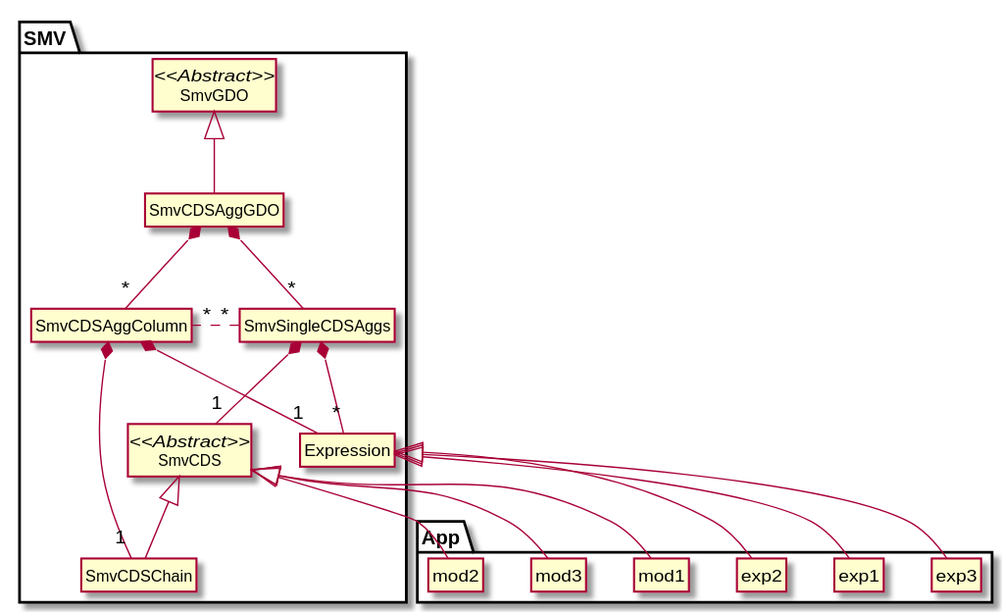
Earlier version of the PlantUML export docs/design/smvCDS.svg (TresAmigosSD/SMV). Its source is kept beside it as docs/design/smvCDS.puml. Source of this version:
```plantuml
@startuml
hide empty methods
hide empty fields
hide circle



package SMV {
  class SmvCDS <<Abstract>> {
    createInGroupMapping(*)
    from(that: SmvCDS): SmvCDS
  }

  class SmvCDSCombined extends SmvCDS
  class NoOpCDS extends SmvCDS

  SmvCDSCombined *-- "2" SmvCDS

  class SmvCDSAggColumn{
    aggExpr: Expression
    cds: SmvCDS
    from(otherCds): SmvCDSAggColumn
    as(name): SmvCDSAggColumn
    isAgg(): Boolean
  }

  SmvCDSAggColumn *-- "1" Expression
  SmvCDSAggColumn *-- "1" SmvCDS

}

package ClientApp {
  class cds1 extends SmvCDS
  class cds2 extends SmvCDS
}

@enduml
```
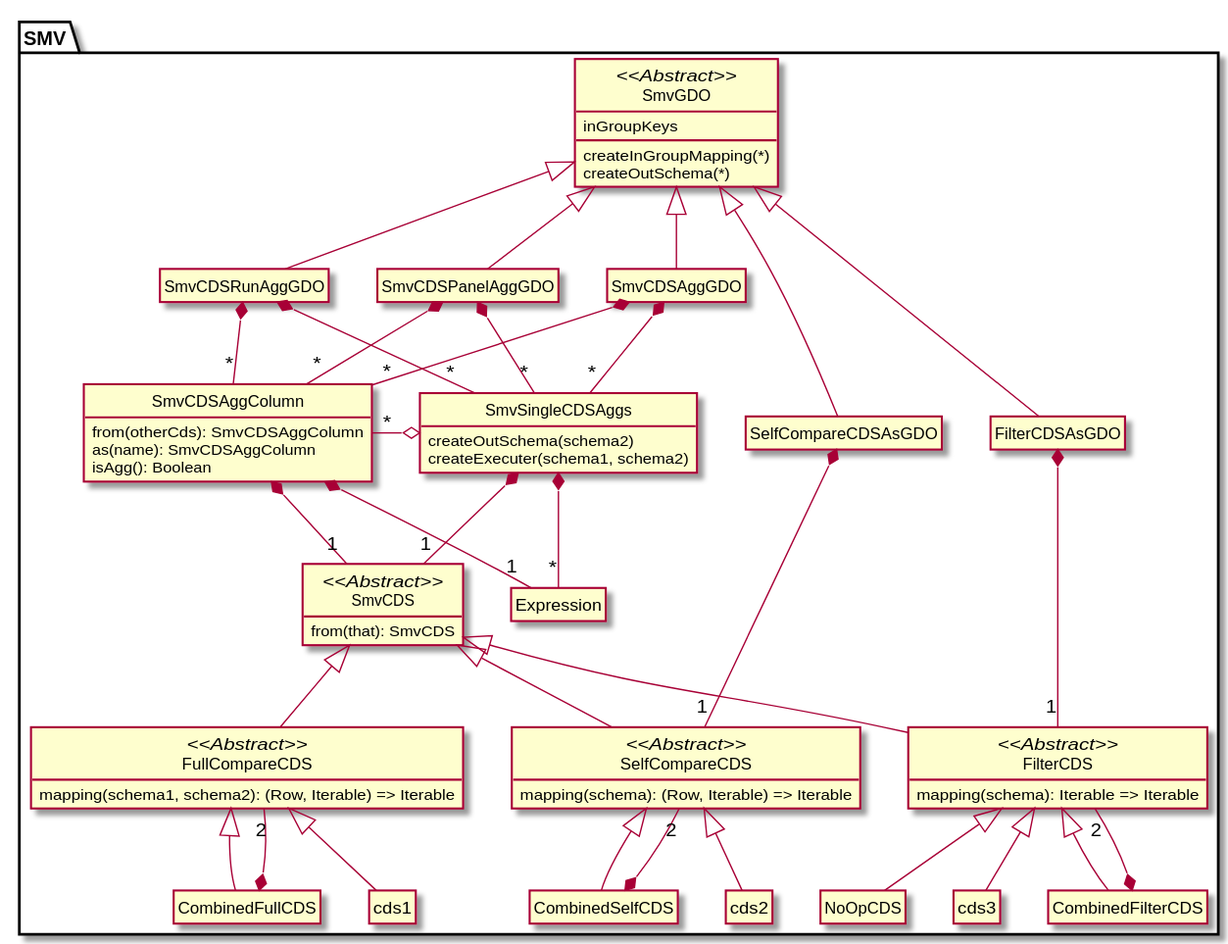
Above is the later version.

Commit message:
Updated cds design puml

The edit, as a diff of the source:
```diff
@@ -7,18 +7,32 @@
 
 package SMV {
   class SmvCDS <<Abstract>> {
-    createInGroupMapping(*)
-    from(that: SmvCDS): SmvCDS
+    from(that): SmvCDS
   }
 
-  class SmvCDSCombined extends SmvCDS
-  class NoOpCDS extends SmvCDS
+  class FullCompareCDS <<Abstract>> extends SmvCDS {
+    mapping(schema1, schema2): (Row, Iterable) => Iterable
+  }
 
-  SmvCDSCombined *-- "2" SmvCDS
+  class SelfCompareCDS <<Abstract>> extends SmvCDS {
+    mapping(schema): (Row, Iterable) => Iterable
+  }
+
+  class FilterCDS <<Abstract>> extends SmvCDS {
+    mapping(schema): Iterable => Iterable
+  }
+
+  class CombinedFullCDS extends FullCompareCDS
+  class CombinedSelfCDS extends SelfCompareCDS
+  class CombinedFilterCDS extends FilterCDS
+
+  class NoOpCDS extends FilterCDS
+
+  CombinedFullCDS *-- "2" FullCompareCDS
+  CombinedSelfCDS *-- "2" SelfCompareCDS
+  CombinedFilterCDS *-- "2" FilterCDS
 
   class SmvCDSAggColumn{
-    aggExpr: Expression
-    cds: SmvCDS
     from(otherCds): SmvCDSAggColumn
     as(name): SmvCDSAggColumn
     isAgg(): Boolean
@@ -27,11 +41,43 @@
   SmvCDSAggColumn *-- "1" Expression
   SmvCDSAggColumn *-- "1" SmvCDS
 
-}
+  class cds1 extends FullCompareCDS
+  class cds2 extends SelfCompareCDS
+  class cds3 extends FilterCDS
 
-package ClientApp {
-  class cds1 extends SmvCDS
-  class cds2 extends SmvCDS
+  class SmvSingleCDSAggs{
+    createOutSchema(schema2)
+    createExecuter(schema1, schema2)
+  }
+
+  SmvSingleCDSAggs o-L- "*" SmvCDSAggColumn
+  SmvSingleCDSAggs *-- "*" Expression
+  SmvSingleCDSAggs *-- "1" SmvCDS
+
+  class SmvGDO <<Abstract>> {
+    inGroupKeys
+    createInGroupMapping(*)
+    createOutSchema(*)
+  }
+
+  class SmvCDSAggGDO extends SmvGDO
+  SmvCDSAggGDO *-- "*" SmvCDSAggColumn
+  SmvCDSAggGDO *-- "*" SmvSingleCDSAggs
+
+  class SmvCDSRunAggGDO extends SmvGDO
+  SmvCDSRunAggGDO *-- "*" SmvCDSAggColumn
+  SmvCDSRunAggGDO *-- "*" SmvSingleCDSAggs
+
+  class SmvCDSPanelAggGDO extends SmvGDO
+  SmvCDSPanelAggGDO *-- "*" SmvCDSAggColumn
+  SmvCDSPanelAggGDO *-- "*" SmvSingleCDSAggs
+
+  class SelfCompareCDSAsGDO extends SmvGDO
+  class FilterCDSAsGDO extends SmvGDO
+
+  SelfCompareCDSAsGDO *-- "1" SelfCompareCDS
+  FilterCDSAsGDO *-- "1" FilterCDS
+
 }
 
 @enduml
```
